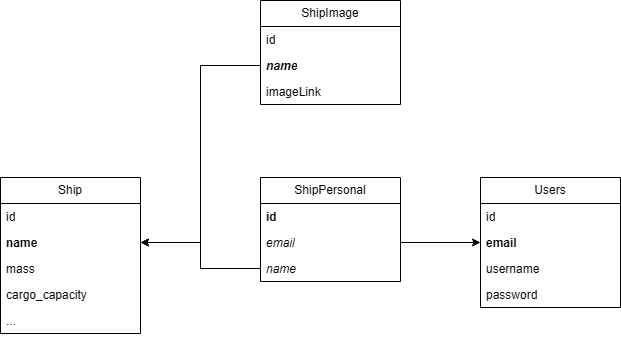
Before: StarHqMcd.drawio.png, a diagram exported from draw.io (Fafacraft/StarHQ). Source tidied: cells renumbered, new cells last; positions are measured from the earlier drawing's top-left corner, leaving out a move shared by most shapes.
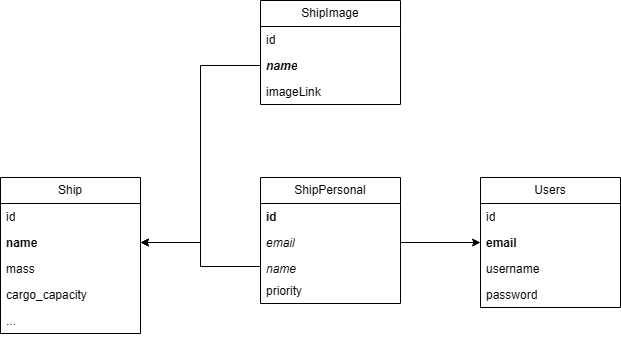
Above is the later version.

Diff of the diagram source:
```diff
@@ -36,7 +36,7 @@
       <mxGeometry y="104" width="140" height="26" as="geometry" />
     </mxCell>
     <mxCell id="13" value="ShipPersonal" style="swimlane;fontStyle=0;horizontal=1;startSize=26;fillColor=none;whiteSpace=wrap;html=1;" parent="1" vertex="1">
-      <mxGeometry x="260" y="177" width="140" height="104" as="geometry" />
+      <mxGeometry x="260" y="177" width="140" height="126" as="geometry" />
     </mxCell>
     <mxCell id="14" value="&lt;b&gt;id&lt;/b&gt;" style="text;strokeColor=none;fillColor=none;align=left;verticalAlign=top;spacingLeft=4;spacingRight=4;overflow=hidden;whiteSpace=wrap;html=1;" parent="13" vertex="1">
       <mxGeometry y="26" width="140" height="26" as="geometry" />
@@ -45,8 +45,11 @@
       <mxGeometry y="52" width="140" height="26" as="geometry" />
     </mxCell>
     <mxCell id="16" value="&lt;i&gt;name&lt;/i&gt;" style="text;strokeColor=none;fillColor=none;align=left;verticalAlign=top;spacingLeft=4;spacingRight=4;overflow=hidden;points=[[0,0.5],[1,0.5]];portConstraint=eastwest;whiteSpace=wrap;html=1;" parent="13" vertex="1">
-      <mxGeometry y="78" width="140" height="26" as="geometry" />
+      <mxGeometry y="78" width="140" height="22" as="geometry" />
     </mxCell>
+    <mxCell id="24" value="priority" style="text;strokeColor=none;fillColor=none;align=left;verticalAlign=top;spacingLeft=4;spacingRight=4;overflow=hidden;whiteSpace=wrap;html=1;" parent="13" vertex="1">
+      <mxGeometry y="100" width="140" height="26" as="geometry" />
+    </mxCell>
     <mxCell id="17" style="edgeStyle=orthogonalEdgeStyle;rounded=0;jettySize=auto;html=1;" parent="1" edge="1" source="15" target="10">
       <mxGeometry relative="1" as="geometry" />
     </mxCell>
```
